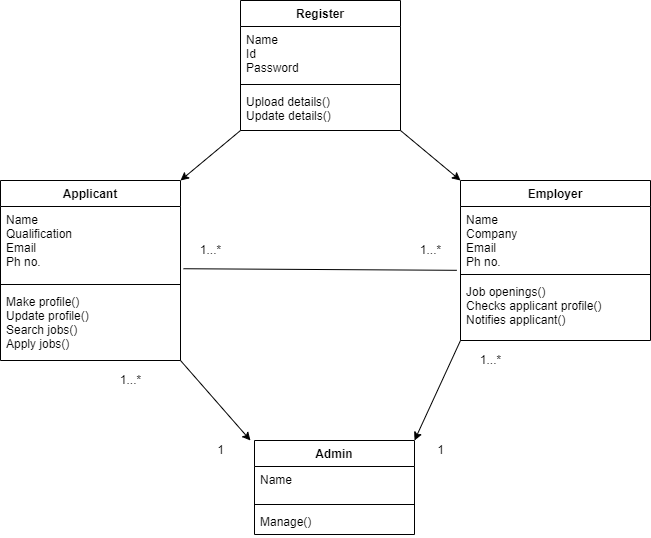
akshayar2712/ust-prograd-training keeps this draw.io diagram as object modelling/Class Diagram.drawio.png. Above is the earlier version. Source tidied: cells renumbered, new cells last; positions are measured from the earlier drawing's top-left corner, leaving out a move shared by most shapes. Its diagram source:
```xml
<mxGraphModel>
  <root>
    <mxCell id="0" />
    <mxCell id="1" parent="0" />
    <mxCell id="2" value="Admin" style="swimlane;fontStyle=1;align=center;verticalAlign=top;horizontal=1;startSize=26;" parent="1" vertex="1">
      <mxGeometry x="254" y="440" width="160" height="94" as="geometry" />
    </mxCell>
    <mxCell id="3" value="Name" style="text;strokeColor=none;fillColor=none;align=left;verticalAlign=top;spacingLeft=4;spacingRight=4;overflow=hidden;" parent="2" vertex="1">
      <mxGeometry y="26" width="160" height="34" as="geometry" />
    </mxCell>
    <mxCell id="4" style="line;strokeWidth=1;fillColor=none;align=left;verticalAlign=middle;spacingTop=-1;spacingLeft=3;spacingRight=3;labelPosition=right;" parent="2" vertex="1">
      <mxGeometry y="60" width="160" height="8" as="geometry" />
    </mxCell>
    <mxCell id="5" value="Manage()" style="text;strokeColor=none;fillColor=none;align=left;verticalAlign=top;spacingLeft=4;spacingRight=4;overflow=hidden;" parent="2" vertex="1">
      <mxGeometry y="68" width="160" height="26" as="geometry" />
    </mxCell>
    <mxCell id="6" value="Applicant" style="swimlane;fontStyle=1;align=center;verticalAlign=top;horizontal=1;startSize=26;" parent="1" vertex="1">
      <mxGeometry y="180" width="180" height="180" as="geometry" />
    </mxCell>
    <mxCell id="7" value="Name&#10;Qualification&#10;Email&#10;Ph no." style="text;strokeColor=none;fillColor=none;align=left;verticalAlign=top;spacingLeft=4;spacingRight=4;overflow=hidden;points=[[0,0.5],[1,0.5]];portConstraint=eastwest;" parent="6" vertex="1">
      <mxGeometry y="26" width="180" height="74" as="geometry" />
    </mxCell>
    <mxCell id="8" style="line;strokeWidth=1;fillColor=none;align=left;verticalAlign=middle;spacingTop=-1;spacingLeft=3;spacingRight=3;labelPosition=right;" parent="6" vertex="1">
      <mxGeometry y="100" width="180" height="8" as="geometry" />
    </mxCell>
    <mxCell id="9" value="Make profile()&#10;Update profile()&#10;Search jobs()&#10;Apply jobs()" style="text;strokeColor=none;fillColor=none;align=left;verticalAlign=top;spacingLeft=4;spacingRight=4;overflow=hidden;" parent="6" vertex="1">
      <mxGeometry y="108" width="180" height="72" as="geometry" />
    </mxCell>
    <mxCell id="10" value="Employer" style="swimlane;fontStyle=1;align=center;verticalAlign=top;horizontal=1;startSize=26;" parent="1" vertex="1">
      <mxGeometry x="460" y="180" width="190" height="160" as="geometry" />
    </mxCell>
    <mxCell id="11" value="Name&#10;Company&#10;Email&#10;Ph no." style="text;strokeColor=none;fillColor=none;align=left;verticalAlign=top;spacingLeft=4;spacingRight=4;overflow=hidden;points=[[0,0.5],[1,0.5]];portConstraint=eastwest;" parent="10" vertex="1">
      <mxGeometry y="26" width="190" height="64" as="geometry" />
    </mxCell>
    <mxCell id="12" style="line;strokeWidth=1;fillColor=none;align=left;verticalAlign=middle;spacingTop=-1;spacingLeft=3;spacingRight=3;labelPosition=right;" parent="10" vertex="1">
      <mxGeometry y="90" width="190" height="8" as="geometry" />
    </mxCell>
    <mxCell id="13" value="Job openings()&#10;Checks applicant profile()&#10;Notifies applicant()" style="text;strokeColor=none;fillColor=none;align=left;verticalAlign=top;spacingLeft=4;spacingRight=4;overflow=hidden;" parent="10" vertex="1">
      <mxGeometry y="98" width="190" height="62" as="geometry" />
    </mxCell>
    <mxCell id="14" value="Register" style="swimlane;fontStyle=1;align=center;verticalAlign=top;horizontal=1;startSize=26;" parent="1" vertex="1">
      <mxGeometry x="240" width="160" height="130" as="geometry" />
    </mxCell>
    <mxCell id="15" value="Name&#10;Id&#10;Password" style="text;strokeColor=none;fillColor=none;align=left;verticalAlign=top;spacingLeft=4;spacingRight=4;overflow=hidden;" parent="14" vertex="1">
      <mxGeometry y="26" width="160" height="54" as="geometry" />
    </mxCell>
    <mxCell id="16" style="line;strokeWidth=1;fillColor=none;align=left;verticalAlign=middle;spacingTop=-1;spacingLeft=3;spacingRight=3;labelPosition=right;" parent="14" vertex="1">
      <mxGeometry y="80" width="160" height="8" as="geometry" />
    </mxCell>
    <mxCell id="17" value="Upload details()&#10;Update details()" style="text;strokeColor=none;fillColor=none;align=left;verticalAlign=top;spacingLeft=4;spacingRight=4;overflow=hidden;" parent="14" vertex="1">
      <mxGeometry y="88" width="160" height="42" as="geometry" />
    </mxCell>
    <mxCell id="18" style="endArrow=classic;html=1;rounded=0;entryX=1;entryY=0;entryDx=0;entryDy=0;" parent="1" edge="1" target="6">
      <mxGeometry relative="1" as="geometry">
        <mxPoint x="240" y="130" as="sourcePoint" />
      </mxGeometry>
    </mxCell>
    <mxCell id="19" style="endArrow=classic;html=1;rounded=0;entryX=0;entryY=0;entryDx=0;entryDy=0;" parent="1" edge="1" target="10">
      <mxGeometry relative="1" as="geometry">
        <mxPoint x="400" y="130" as="sourcePoint" />
      </mxGeometry>
    </mxCell>
    <mxCell id="20" style="endArrow=classic;html=1;rounded=0;" parent="1" edge="1">
      <mxGeometry relative="1" as="geometry">
        <mxPoint x="180" y="360" as="sourcePoint" />
        <mxPoint x="250" y="440" as="targetPoint" />
      </mxGeometry>
    </mxCell>
    <mxCell id="21" style="endArrow=classic;html=1;rounded=0;entryX=1;entryY=0;entryDx=0;entryDy=0;" parent="1" edge="1" target="2">
      <mxGeometry relative="1" as="geometry">
        <mxPoint x="460" y="340" as="sourcePoint" />
      </mxGeometry>
    </mxCell>
    <mxCell id="22" style="endArrow=none;html=1;rounded=0;entryX=-0.019;entryY=0.997;entryDx=0;entryDy=0;entryPerimeter=0;exitX=1.016;exitY=0.841;exitDx=0;exitDy=0;exitPerimeter=0;" parent="1" edge="1" source="7" target="11">
      <mxGeometry relative="1" as="geometry" />
    </mxCell>
    <mxCell id="23" value="1" style="text;html=1;align=center;verticalAlign=middle;fillColor=none;strokeColor=none;rounded=0;" parent="1" vertex="1">
      <mxGeometry x="210" y="440" width="20" height="20" as="geometry" />
    </mxCell>
    <mxCell id="24" value="1...*" style="text;html=1;align=center;verticalAlign=middle;fillColor=none;strokeColor=none;rounded=0;" parent="1" vertex="1">
      <mxGeometry x="110" y="370" width="40" height="20" as="geometry" />
    </mxCell>
    <mxCell id="25" value="1" style="text;html=1;align=center;verticalAlign=middle;fillColor=none;strokeColor=none;rounded=0;" parent="1" vertex="1">
      <mxGeometry x="430" y="440" width="20" height="20" as="geometry" />
    </mxCell>
    <mxCell id="26" value="1...*" style="text;html=1;align=center;verticalAlign=middle;fillColor=none;strokeColor=none;rounded=0;" parent="1" vertex="1">
      <mxGeometry x="470" y="350" width="40" height="20" as="geometry" />
    </mxCell>
    <mxCell id="27" value="1...*" style="text;html=1;align=center;verticalAlign=middle;fillColor=none;strokeColor=none;rounded=0;" parent="1" vertex="1">
      <mxGeometry x="190" y="240" width="40" height="20" as="geometry" />
    </mxCell>
    <mxCell id="28" value="1...*" style="text;html=1;align=center;verticalAlign=middle;fillColor=none;strokeColor=none;rounded=0;" parent="1" vertex="1">
      <mxGeometry x="410" y="240" width="40" height="20" as="geometry" />
    </mxCell>
  </root>
</mxGraphModel>
```
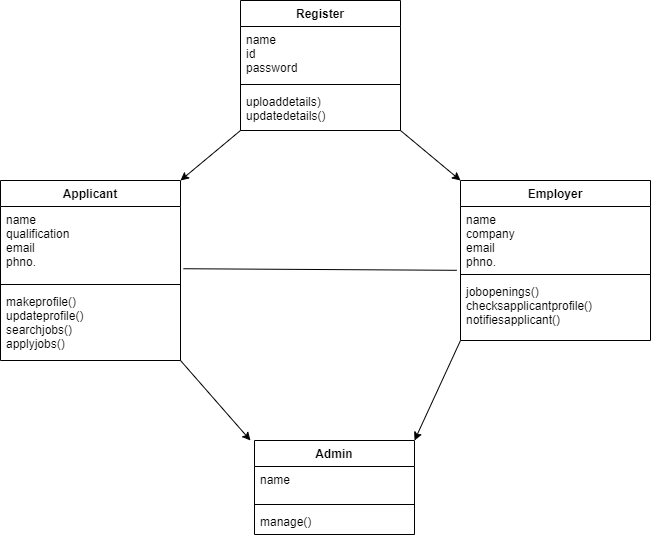
The same diagram one commit later.

Diff of the diagram source:
```diff
@@ -5,49 +5,49 @@
     <mxCell id="2" value="Admin" style="swimlane;fontStyle=1;align=center;verticalAlign=top;horizontal=1;startSize=26;" parent="1" vertex="1">
       <mxGeometry x="254" y="440" width="160" height="94" as="geometry" />
     </mxCell>
-    <mxCell id="3" value="Name" style="text;strokeColor=none;fillColor=none;align=left;verticalAlign=top;spacingLeft=4;spacingRight=4;overflow=hidden;" parent="2" vertex="1">
+    <mxCell id="3" value="name" style="text;strokeColor=none;fillColor=none;align=left;verticalAlign=top;spacingLeft=4;spacingRight=4;overflow=hidden;" parent="2" vertex="1">
       <mxGeometry y="26" width="160" height="34" as="geometry" />
     </mxCell>
     <mxCell id="4" style="line;strokeWidth=1;fillColor=none;align=left;verticalAlign=middle;spacingTop=-1;spacingLeft=3;spacingRight=3;labelPosition=right;" parent="2" vertex="1">
       <mxGeometry y="60" width="160" height="8" as="geometry" />
     </mxCell>
-    <mxCell id="5" value="Manage()" style="text;strokeColor=none;fillColor=none;align=left;verticalAlign=top;spacingLeft=4;spacingRight=4;overflow=hidden;" parent="2" vertex="1">
+    <mxCell id="5" value="manage()" style="text;strokeColor=none;fillColor=none;align=left;verticalAlign=top;spacingLeft=4;spacingRight=4;overflow=hidden;" parent="2" vertex="1">
       <mxGeometry y="68" width="160" height="26" as="geometry" />
     </mxCell>
     <mxCell id="6" value="Applicant" style="swimlane;fontStyle=1;align=center;verticalAlign=top;horizontal=1;startSize=26;" parent="1" vertex="1">
       <mxGeometry y="180" width="180" height="180" as="geometry" />
     </mxCell>
-    <mxCell id="7" value="Name&#10;Qualification&#10;Email&#10;Ph no." style="text;strokeColor=none;fillColor=none;align=left;verticalAlign=top;spacingLeft=4;spacingRight=4;overflow=hidden;points=[[0,0.5],[1,0.5]];portConstraint=eastwest;" parent="6" vertex="1">
+    <mxCell id="7" value="name&#10;qualification&#10;email&#10;phno." style="text;strokeColor=none;fillColor=none;align=left;verticalAlign=top;spacingLeft=4;spacingRight=4;overflow=hidden;points=[[0,0.5],[1,0.5]];portConstraint=eastwest;" parent="6" vertex="1">
       <mxGeometry y="26" width="180" height="74" as="geometry" />
     </mxCell>
     <mxCell id="8" style="line;strokeWidth=1;fillColor=none;align=left;verticalAlign=middle;spacingTop=-1;spacingLeft=3;spacingRight=3;labelPosition=right;" parent="6" vertex="1">
       <mxGeometry y="100" width="180" height="8" as="geometry" />
     </mxCell>
-    <mxCell id="9" value="Make profile()&#10;Update profile()&#10;Search jobs()&#10;Apply jobs()" style="text;strokeColor=none;fillColor=none;align=left;verticalAlign=top;spacingLeft=4;spacingRight=4;overflow=hidden;" parent="6" vertex="1">
+    <mxCell id="9" value="makeprofile()&#10;updateprofile()&#10;searchjobs()&#10;applyjobs()" style="text;strokeColor=none;fillColor=none;align=left;verticalAlign=top;spacingLeft=4;spacingRight=4;overflow=hidden;" parent="6" vertex="1">
       <mxGeometry y="108" width="180" height="72" as="geometry" />
     </mxCell>
     <mxCell id="10" value="Employer" style="swimlane;fontStyle=1;align=center;verticalAlign=top;horizontal=1;startSize=26;" parent="1" vertex="1">
       <mxGeometry x="460" y="180" width="190" height="160" as="geometry" />
     </mxCell>
-    <mxCell id="11" value="Name&#10;Company&#10;Email&#10;Ph no." style="text;strokeColor=none;fillColor=none;align=left;verticalAlign=top;spacingLeft=4;spacingRight=4;overflow=hidden;points=[[0,0.5],[1,0.5]];portConstraint=eastwest;" parent="10" vertex="1">
+    <mxCell id="11" value="name&#10;company&#10;email&#10;phno." style="text;strokeColor=none;fillColor=none;align=left;verticalAlign=top;spacingLeft=4;spacingRight=4;overflow=hidden;points=[[0,0.5],[1,0.5]];portConstraint=eastwest;" parent="10" vertex="1">
       <mxGeometry y="26" width="190" height="64" as="geometry" />
     </mxCell>
     <mxCell id="12" style="line;strokeWidth=1;fillColor=none;align=left;verticalAlign=middle;spacingTop=-1;spacingLeft=3;spacingRight=3;labelPosition=right;" parent="10" vertex="1">
       <mxGeometry y="90" width="190" height="8" as="geometry" />
     </mxCell>
-    <mxCell id="13" value="Job openings()&#10;Checks applicant profile()&#10;Notifies applicant()" style="text;strokeColor=none;fillColor=none;align=left;verticalAlign=top;spacingLeft=4;spacingRight=4;overflow=hidden;" parent="10" vertex="1">
+    <mxCell id="13" value="jobopenings()&#10;checksapplicantprofile()&#10;notifiesapplicant()" style="text;strokeColor=none;fillColor=none;align=left;verticalAlign=top;spacingLeft=4;spacingRight=4;overflow=hidden;" parent="10" vertex="1">
       <mxGeometry y="98" width="190" height="62" as="geometry" />
     </mxCell>
     <mxCell id="14" value="Register" style="swimlane;fontStyle=1;align=center;verticalAlign=top;horizontal=1;startSize=26;" parent="1" vertex="1">
       <mxGeometry x="240" width="160" height="130" as="geometry" />
     </mxCell>
-    <mxCell id="15" value="Name&#10;Id&#10;Password" style="text;strokeColor=none;fillColor=none;align=left;verticalAlign=top;spacingLeft=4;spacingRight=4;overflow=hidden;" parent="14" vertex="1">
+    <mxCell id="15" value="name&#10;id&#10;password" style="text;strokeColor=none;fillColor=none;align=left;verticalAlign=top;spacingLeft=4;spacingRight=4;overflow=hidden;" parent="14" vertex="1">
       <mxGeometry y="26" width="160" height="54" as="geometry" />
     </mxCell>
     <mxCell id="16" style="line;strokeWidth=1;fillColor=none;align=left;verticalAlign=middle;spacingTop=-1;spacingLeft=3;spacingRight=3;labelPosition=right;" parent="14" vertex="1">
       <mxGeometry y="80" width="160" height="8" as="geometry" />
     </mxCell>
-    <mxCell id="17" value="Upload details()&#10;Update details()" style="text;strokeColor=none;fillColor=none;align=left;verticalAlign=top;spacingLeft=4;spacingRight=4;overflow=hidden;" parent="14" vertex="1">
+    <mxCell id="17" value="uploaddetails)&#10;updatedetails()" style="text;strokeColor=none;fillColor=none;align=left;verticalAlign=top;spacingLeft=4;spacingRight=4;overflow=hidden;" parent="14" vertex="1">
       <mxGeometry y="88" width="160" height="42" as="geometry" />
     </mxCell>
     <mxCell id="18" style="endArrow=classic;html=1;rounded=0;entryX=1;entryY=0;entryDx=0;entryDy=0;" parent="1" edge="1" target="6">
@@ -74,23 +74,5 @@
     <mxCell id="22" style="endArrow=none;html=1;rounded=0;entryX=-0.019;entryY=0.997;entryDx=0;entryDy=0;entryPerimeter=0;exitX=1.016;exitY=0.841;exitDx=0;exitDy=0;exitPerimeter=0;" parent="1" edge="1" source="7" target="11">
       <mxGeometry relative="1" as="geometry" />
     </mxCell>
-    <mxCell id="23" value="1" style="text;html=1;align=center;verticalAlign=middle;fillColor=none;strokeColor=none;rounded=0;" parent="1" vertex="1">
-      <mxGeometry x="210" y="440" width="20" height="20" as="geometry" />
-    </mxCell>
-    <mxCell id="24" value="1...*" style="text;html=1;align=center;verticalAlign=middle;fillColor=none;strokeColor=none;rounded=0;" parent="1" vertex="1">
-      <mxGeometry x="110" y="370" width="40" height="20" as="geometry" />
-    </mxCell>
-    <mxCell id="25" value="1" style="text;html=1;align=center;verticalAlign=middle;fillColor=none;strokeColor=none;rounded=0;" parent="1" vertex="1">
-      <mxGeometry x="430" y="440" width="20" height="20" as="geometry" />
-    </mxCell>
-    <mxCell id="26" value="1...*" style="text;html=1;align=center;verticalAlign=middle;fillColor=none;strokeColor=none;rounded=0;" parent="1" vertex="1">
-      <mxGeometry x="470" y="350" width="40" height="20" as="geometry" />
-    </mxCell>
-    <mxCell id="27" value="1...*" style="text;html=1;align=center;verticalAlign=middle;fillColor=none;strokeColor=none;rounded=0;" parent="1" vertex="1">
-      <mxGeometry x="190" y="240" width="40" height="20" as="geometry" />
-    </mxCell>
-    <mxCell id="28" value="1...*" style="text;html=1;align=center;verticalAlign=middle;fillColor=none;strokeColor=none;rounded=0;" parent="1" vertex="1">
-      <mxGeometry x="410" y="240" width="40" height="20" as="geometry" />
-    </mxCell>
   </root>
 </mxGraphModel>
```
